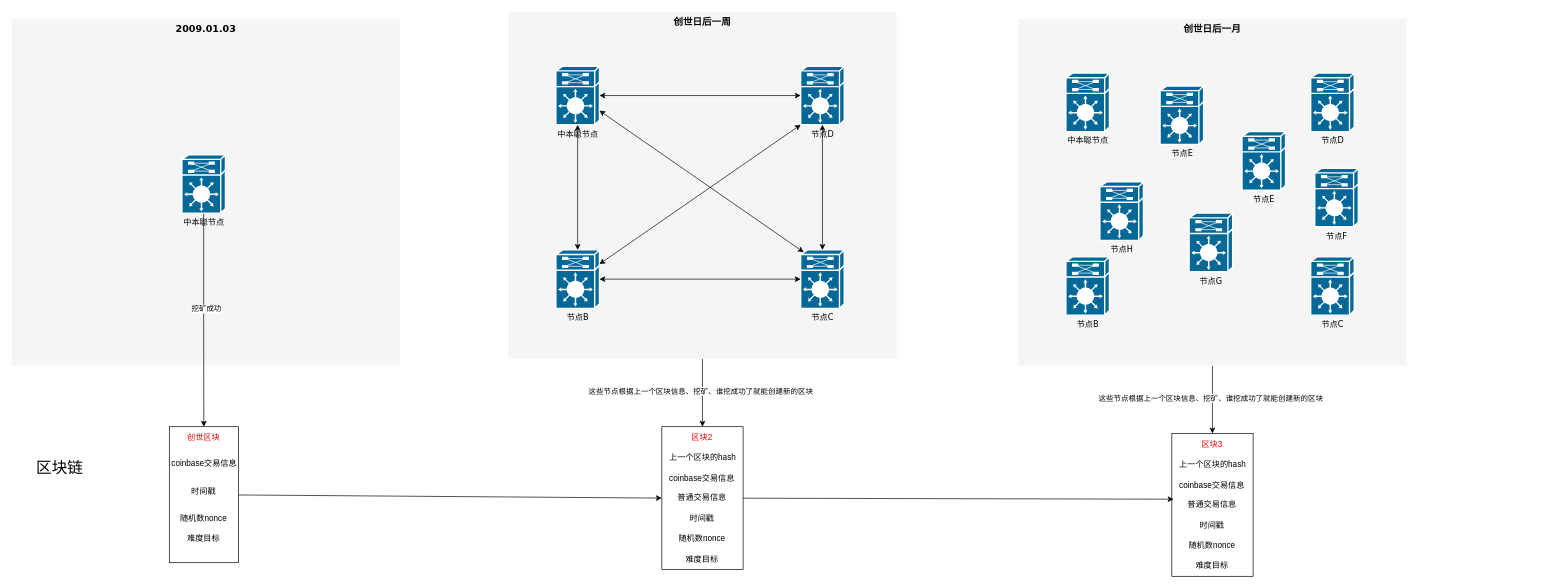
The draw.io diagram 比特币流程图.drawio in chaijinsong/draw.io, before the edit. Source tidied: cells renumbered, new cells numbered last; positions are measured from the earlier drawing's top-left corner, leaving out a move shared by most shapes. Both pictures are drawn from the tidied source at 68%, with x=0, y=0 at pixel (12, 12).
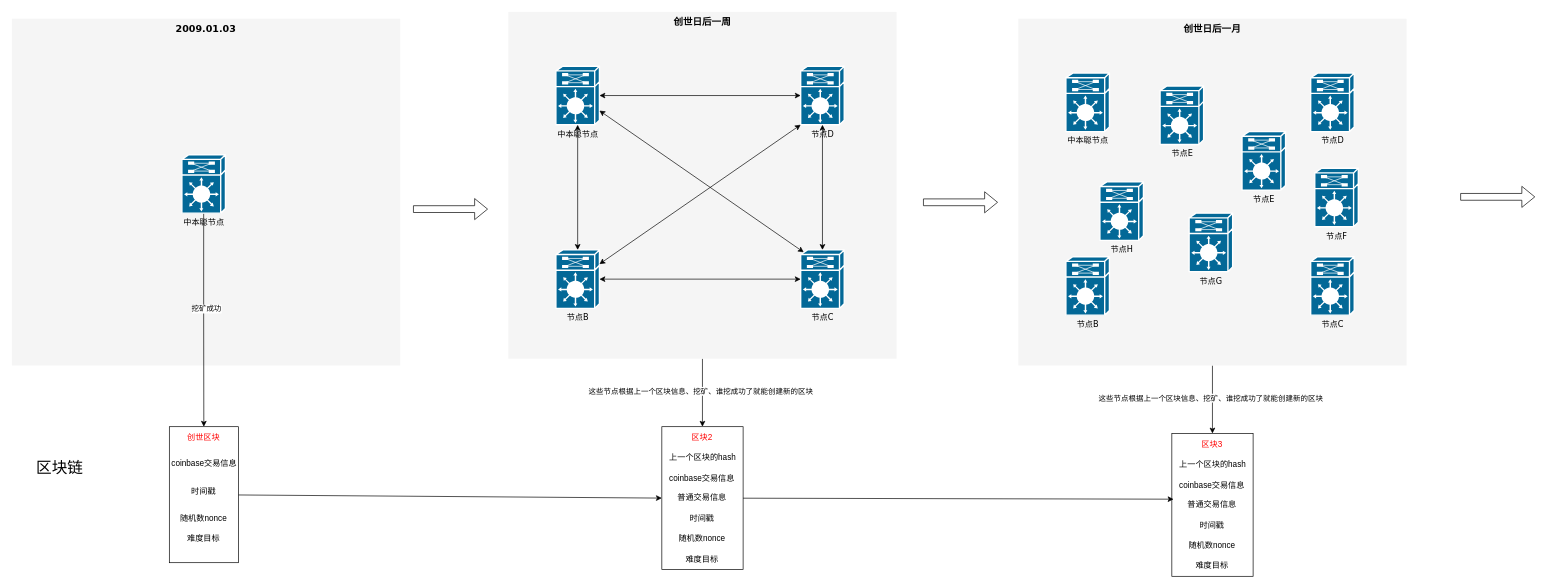
The same page after the edit.

Commit message (it also covers changes not shown here):
更新比特币流程图.drawio

Diff of the diagram source:
```diff
@@
+    <mxCell id="56" style="shape=flexArrow;endArrow=classic;html=1;rounded=0;" parent="1" edge="1">
+      <mxGeometry relative="1" as="geometry">
+        <mxPoint x="590" y="290" as="sourcePoint" />
+        <mxPoint x="700" y="290" as="targetPoint" />
+      </mxGeometry>
+    </mxCell>
+    <mxCell id="57" style="shape=flexArrow;endArrow=classic;html=1;rounded=0;" parent="1" edge="1">
+      <mxGeometry relative="1" as="geometry">
+        <mxPoint x="1340" y="280" as="sourcePoint" />
+        <mxPoint x="1450" y="280" as="targetPoint" />
+      </mxGeometry>
+    </mxCell>
+    <mxCell id="58" style="shape=flexArrow;endArrow=classic;html=1;rounded=0;" parent="1" edge="1">
+      <mxGeometry relative="1" as="geometry">
+        <mxPoint x="2130" y="272" as="sourcePoint" />
+        <mxPoint x="2240" y="272" as="targetPoint" />
+      </mxGeometry>
+    </mxCell>
```
